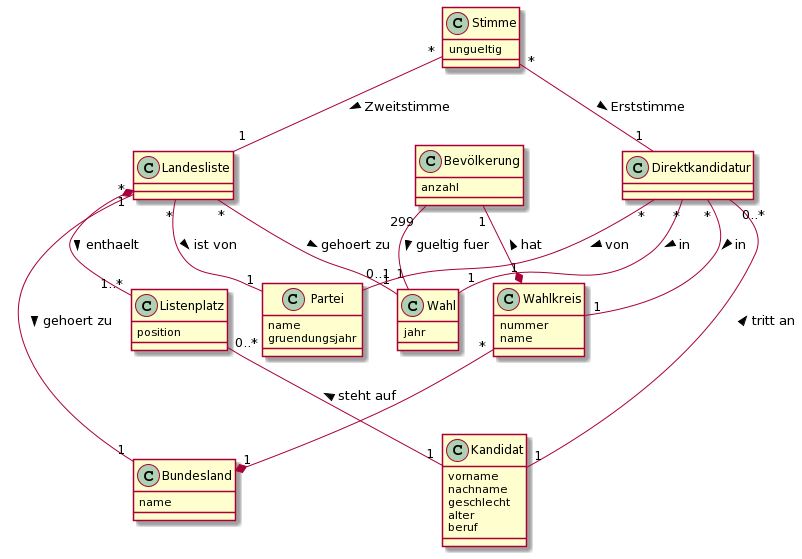
Toemmsche/database-systems-project-mirror keeps this PlantUML diagram as UML_Entwurf/Entwurf.png. Above is the earlier version. The source it was exported from:
```plantuml
@startuml
class Bundesland {
    name
}

class Partei {
    name
    gruendungsjahr
}

class Wahl {
    jahr
}

class Landesliste {
}

Landesliste "*" -- "1" Bundesland : gehoert zu >
Landesliste "*" -- "1" Partei : ist von >
Landesliste "*" -- "1" "Wahl" : gehoert zu >

class Listenplatz {
    position
}

class Kandidat {
    vorname
    nachname
    geschlecht
    alter
    beruf
}

Landesliste "1" *-- "1..*" Listenplatz : enthaelt >
Listenplatz "0..*" -- "1" Kandidat : < steht auf

class Wahlkreis {
    nummer
    name
}

Wahlkreis "*" --* "1" Bundesland

class Bevölkerung {
    anzahl
}

Bevölkerung "1" --* "1" Wahlkreis : < hat
Bevölkerung "299" -- "1" Wahl : gueltig fuer >

class Direktkandidatur {
}

Direktkandidatur "0..*" -- "1" Kandidat : < tritt an
Direktkandidatur "*" -- "1" Wahlkreis : in >
Direktkandidatur "*" -- "0..1" Partei : von >
Direktkandidatur "*" -- "1" Wahl : in >


class Stimme {
    ungueltig
}

Stimme "*" -- "1" Direktkandidatur : Erststimme >
Stimme "*" -- "1" Landesliste : Zweitstimme >
@enduml
```
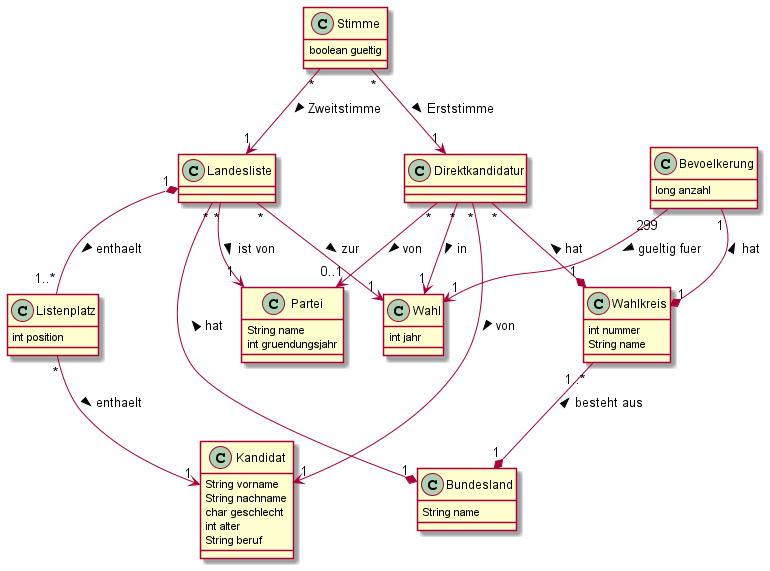
Above is the later version.

What changed in the source:
```diff
@@ -1,66 +1,71 @@
 @startuml
+
+class Kandidat {
+    String vorname
+    String nachname
+    char geschlecht
+    int alter
+    String beruf
+}
+
 class Bundesland {
-    name
+    String name
 }
 
 class Partei {
-    name
-    gruendungsjahr
+    String name
+    int gruendungsjahr
 }
 
 class Wahl {
-    jahr
+   int jahr
+}
+
+class Bevoelkerung {
+    long anzahl
 }
 
 class Landesliste {
 }
 
-Landesliste "*" -- "1" Bundesland : gehoert zu >
-Landesliste "*" -- "1" Partei : ist von >
-Landesliste "*" -- "1" "Wahl" : gehoert zu >
 
 class Listenplatz {
-    position
+    int position
 }
 
-class Kandidat {
-    vorname
-    nachname
-    geschlecht
-    alter
-    beruf
+
+class Wahlkreis {
+    int nummer
+    String name
 }
 
-Landesliste "1" *-- "1..*" Listenplatz : enthaelt >
-Listenplatz "0..*" -- "1" Kandidat : < steht auf
-
-class Wahlkreis {
-    nummer
-    name
+class Stimme {
+    boolean gueltig
 }
-
-Wahlkreis "*" --* "1" Bundesland
-
-class Bevölkerung {
-    anzahl
-}
-
-Bevölkerung "1" --* "1" Wahlkreis : < hat
-Bevölkerung "299" -- "1" Wahl : gueltig fuer >
 
 class Direktkandidatur {
 }
 
-Direktkandidatur "0..*" -- "1" Kandidat : < tritt an
-Direktkandidatur "*" -- "1" Wahlkreis : in >
-Direktkandidatur "*" -- "0..1" Partei : von >
-Direktkandidatur "*" -- "1" Wahl : in >
+
+Landesliste "*" --* "1" Bundesland : < hat
+Landesliste "*" --> "1" Partei : ist von >
+Landesliste "*" --> "1" "Wahl" : zur >
 
 
-class Stimme {
-    ungueltig
-}
+Landesliste "1" *-- "1..*" Listenplatz : enthaelt >
+Listenplatz "*" --> "1" Kandidat : enthaelt >
 
-Stimme "*" -- "1" Direktkandidatur : Erststimme >
-Stimme "*" -- "1" Landesliste : Zweitstimme >
+Wahlkreis "1..*" --* "1" Bundesland : besteht aus <
+
+Bevoelkerung "1" --* "1" Wahlkreis : < hat
+Bevoelkerung "299" --> "1" Wahl : gueltig fuer >
+
+
+Direktkandidatur "*" --> "1" Kandidat : von >
+Direktkandidatur "*" --* "1" Wahlkreis : < hat
+Direktkandidatur "*" --> "0..1" Partei : von >
+Direktkandidatur "*" --> "1" Wahl : in >
+
+Stimme "*" --> "1" Direktkandidatur : Erststimme >
+Stimme "*" --> "1" Landesliste : Zweitstimme >
 @enduml
```
